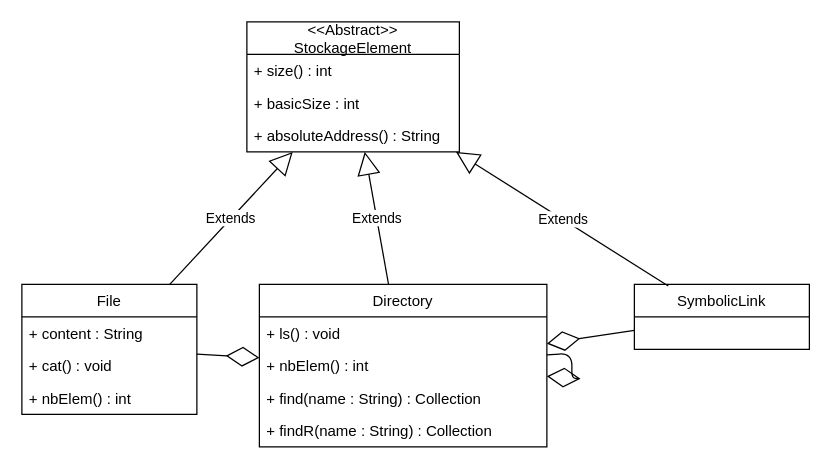
Before: HMIN102-IL/TPs/FilesAndDirectories.drawio in lamouchiambre/AIGLE-M1-S1, a draw.io diagram. Source tidied: cells renumbered, new cells numbered last; positions are measured from the earlier drawing's top-left corner, leaving out a move shared by most shapes. Both pictures are drawn from the tidied source at 125%, with x=0, y=0 at pixel (21, 21).
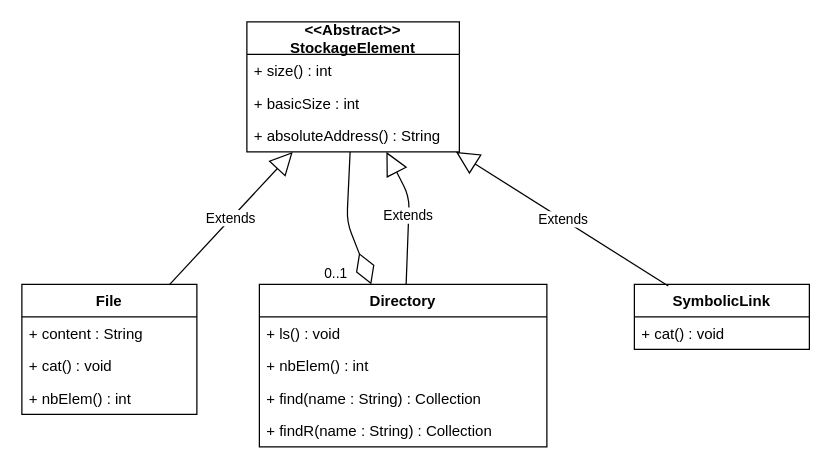
The same diagram, later.

The edit, as a diff of the source:
```diff
@@
-    <mxCell id="2" style="endArrow=diamondThin;endFill=0;endSize=24;html=1;" parent="1" edge="1" source="7" target="11">
-      <mxGeometry relative="1" as="geometry" />
+    <mxCell id="2" style="endArrow=diamondThin;endFill=0;endSize=24;html=1;" parent="1" edge="1" source="17" target="11">
+      <mxGeometry relative="1" as="geometry">
+        <Array as="points">
+          <mxPoint x="260" y="160" />
+        </Array>
+      </mxGeometry>
     </mxCell>
-    <mxCell id="3" style="endArrow=diamondThin;endFill=0;endSize=24;html=1;" parent="1" edge="1" source="11" target="11">
-      <mxGeometry relative="1" as="geometry">
-        <Array as="points">
-          <mxPoint x="240" y="300" />
-        </Array>
-      </mxGeometry>
-    </mxCell>
-    <mxCell id="4" style="endArrow=diamondThin;endFill=0;endSize=24;html=1;" parent="1" edge="1" source="21" target="11">
-      <mxGeometry relative="1" as="geometry" />
-    </mxCell>
+    <mxCell id="22" value="0..1" style="edgeLabel;html=1;align=center;verticalAlign=middle;" parent="2" vertex="1">
+      <mxGeometry x="0.75" relative="1" as="geometry">
+        <mxPoint x="-24.5" y="3" as="offset" />
+      </mxGeometry>
+    </mxCell>
@@
     <mxCell id="6" value="Extends" style="endArrow=block;endSize=16;endFill=0;html=1;" parent="1" edge="1" source="11" target="17">
-      <mxGeometry relative="1" as="geometry" />
+      <mxGeometry relative="1" as="geometry">
+        <Array as="points">
+          <mxPoint x="310" y="140" />
+        </Array>
+      </mxGeometry>
     </mxCell>
-    <mxCell id="7" value="File" style="swimlane;fontStyle=0;horizontal=1;startSize=26;fillColor=none;" parent="1" vertex="1">
+    <mxCell id="7" value="File" style="swimlane;fontStyle=1;horizontal=1;startSize=26;fillColor=none;" parent="1" vertex="1">
       <mxGeometry y="210" width="140" height="104" as="geometry" />
     </mxCell>
@@
-    <mxCell id="11" value="Directory" style="swimlane;fontStyle=0;horizontal=1;startSize=26;fillColor=none;" parent="1" vertex="1">
+    <mxCell id="11" value="Directory" style="swimlane;fontStyle=1;horizontal=1;startSize=26;fillColor=none;" parent="1" vertex="1">
       <mxGeometry x="190" y="210" width="230" height="130" as="geometry" />
     </mxCell>
@@
-    <mxCell id="17" value="&lt;&lt;Abstract&gt;&gt;&#10;StockageElement" style="swimlane;fontStyle=0;horizontal=1;startSize=26;fillColor=none;" parent="1" vertex="1">
+    <mxCell id="17" value="&lt;&lt;Abstract&gt;&gt;&#10;StockageElement" style="swimlane;fontStyle=1;horizontal=1;startSize=26;fillColor=none;" parent="1" vertex="1">
       <mxGeometry x="180" width="170" height="104" as="geometry" />
     </mxCell>
@@
-    <mxCell id="21" value="SymbolicLink" style="swimlane;fontStyle=0;horizontal=1;startSize=26;fillColor=none;" parent="1" vertex="1">
+    <mxCell id="21" value="SymbolicLink" style="swimlane;fontStyle=1;horizontal=1;startSize=26;fillColor=none;" parent="1" vertex="1">
       <mxGeometry x="490" y="210" width="140" height="52" as="geometry" />
     </mxCell>
+    <mxCell id="23" value="+ cat() : void" style="text;strokeColor=none;fillColor=none;align=left;verticalAlign=top;spacingLeft=4;spacingRight=4;overflow=hidden;" parent="21" vertex="1">
+      <mxGeometry y="26" width="140" height="26" as="geometry" />
+    </mxCell>
```
